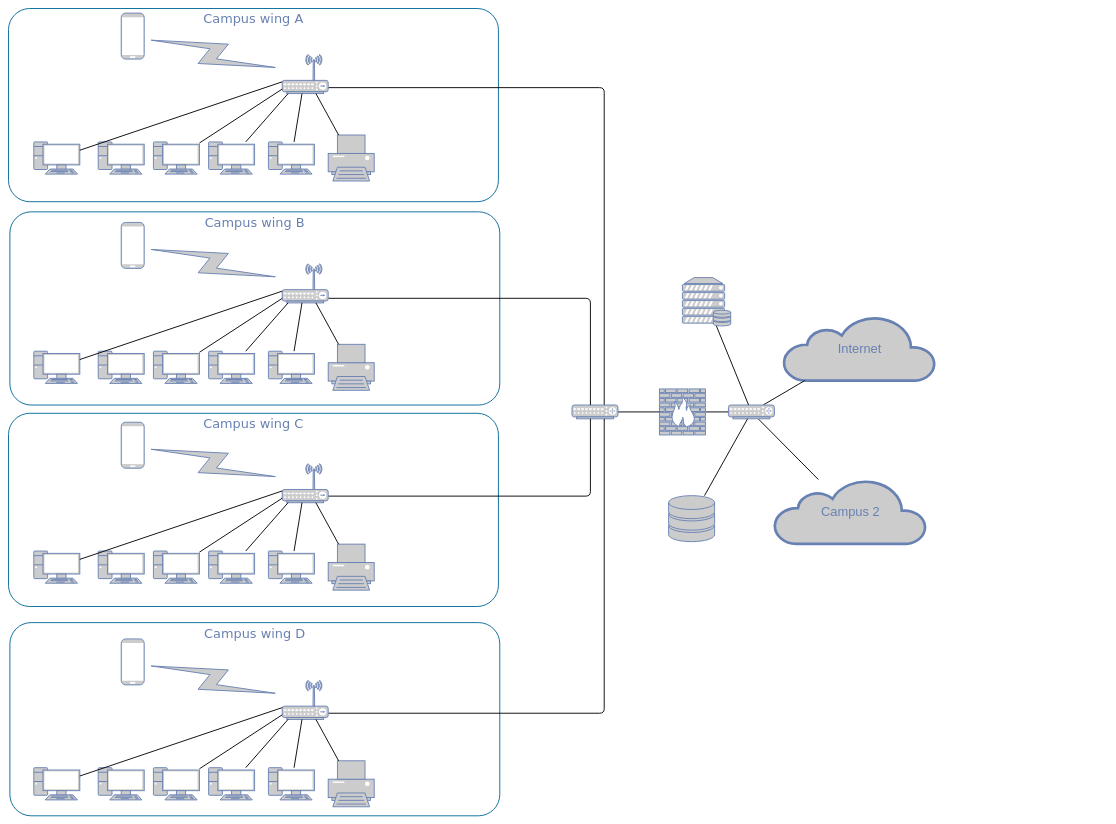
This is Spring computer .drawio from neha604/My-first-Repo, a draw.io file, before an edit. Source tidied: cells renumbered, new cells numbered last; positions are measured from the earlier drawing's top-left corner, leaving out a move shared by most shapes. Both pictures are drawn from the tidied source at 46%, with x=0, y=0 at pixel (8, 8).
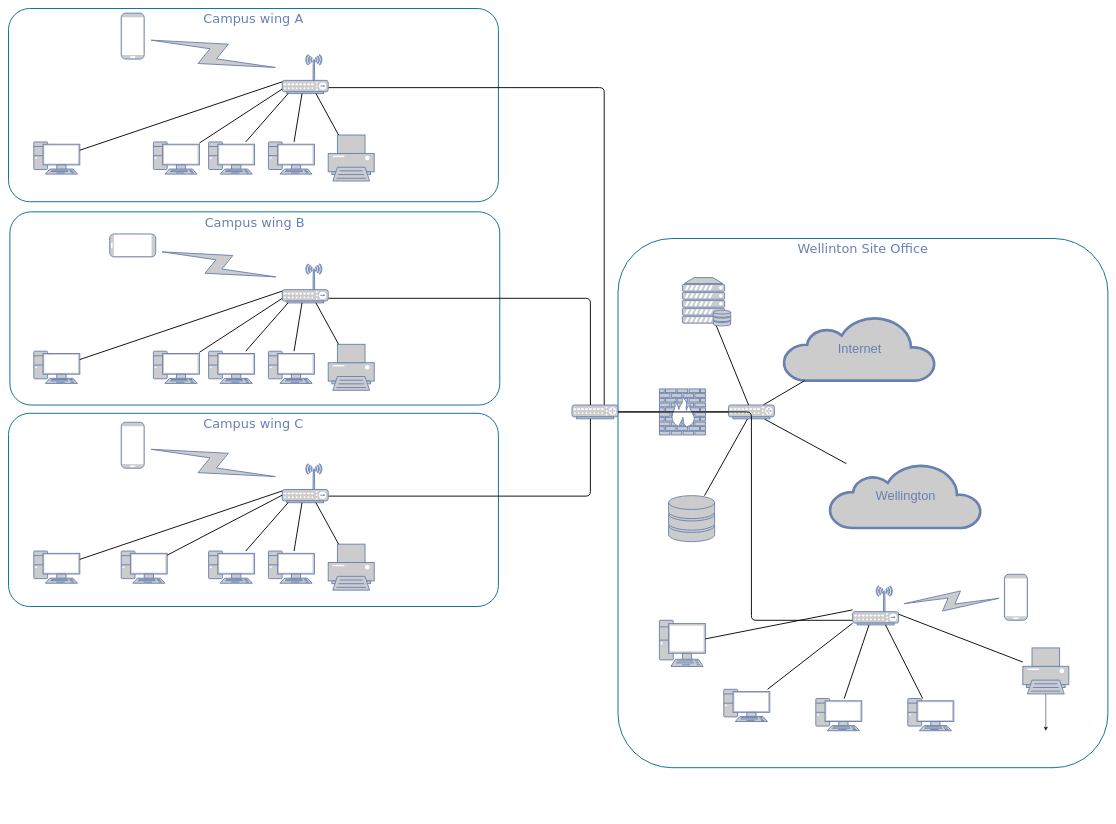
The same diagram, later.

The change refers to these unchanged cells:
```xml
<mxCell id="10" style="fontColor=#0066CC;verticalAlign=top;verticalLabelPosition=bottom;labelPosition=center;align=center;html=1;fillColor=#CCCCCC;strokeColor=#6881B3;gradientColor=none;gradientDirection=north;strokeWidth=2;shape=mxgraph.networks.router;rounded=0;shadow=0;comic=0;" parent="1" vertex="1">
  <mxGeometry x="1225" y="862" width="100" height="30" as="geometry" />
</mxCell>
```

What changed in the source:
```diff
@@
-    <mxCell id="2" value="Campus wing D" style="rounded=1;whiteSpace=wrap;html=1;shadow=0;comic=0;strokeColor=#036897;strokeWidth=2;fillColor=none;fontFamily=Verdana;fontSize=28;fontColor=#6881B3;align=center;arcSize=11;verticalAlign=top;" parent="1" vertex="1">
-      <mxGeometry x="3" y="1335" width="1065" height="420" as="geometry" />
+    <mxCell id="2" value="Wellinton Site Office" style="rounded=1;whiteSpace=wrap;html=1;shadow=0;comic=0;strokeColor=#036897;strokeWidth=2;fillColor=none;fontFamily=Verdana;fontSize=28;fontColor=#6881B3;align=center;arcSize=11;verticalAlign=top;" parent="1" vertex="1">
+      <mxGeometry x="1325" y="500" width="1065" height="1150.4" as="geometry" />
     </mxCell>
@@
-    <mxCell id="12" style="fontColor=#0066CC;verticalAlign=top;verticalLabelPosition=bottom;labelPosition=center;align=center;html=1;fillColor=#CCCCCC;strokeColor=#6881B3;gradientColor=none;gradientDirection=north;strokeWidth=2;shape=mxgraph.networks.pc;rounded=0;shadow=0;comic=0;" parent="1" vertex="1">
-      <mxGeometry x="195" y="290" width="100" height="70" as="geometry" />
-    </mxCell>
@@
-    <mxCell id="26" style="fontColor=#0066CC;verticalAlign=top;verticalLabelPosition=bottom;labelPosition=center;align=center;html=1;fillColor=#CCCCCC;strokeColor=#6881B3;gradientColor=none;gradientDirection=north;strokeWidth=2;shape=mxgraph.networks.pc;rounded=0;shadow=0;comic=0;" parent="1" vertex="1">
-      <mxGeometry x="195" y="745" width="100" height="70" as="geometry" />
-    </mxCell>
@@
-    <mxCell id="39" style="fontColor=#0066CC;verticalAlign=top;verticalLabelPosition=bottom;labelPosition=center;align=center;html=1;fillColor=#CCCCCC;strokeColor=#6881B3;gradientColor=none;gradientDirection=north;strokeWidth=2;shape=mxgraph.networks.mobile;rounded=0;shadow=0;comic=0;" parent="1" vertex="1">
-      <mxGeometry x="245" y="465" width="50" height="100" as="geometry" />
+    <mxCell id="39" style="fontColor=#0066CC;verticalAlign=top;verticalLabelPosition=bottom;labelPosition=center;align=center;html=1;fillColor=#CCCCCC;strokeColor=#6881B3;gradientColor=none;gradientDirection=north;strokeWidth=2;shape=mxgraph.networks.mobile;rounded=0;shadow=0;comic=0;direction=south;" parent="1" vertex="1">
+      <mxGeometry x="220" y="490" width="100" height="50" as="geometry" />
     </mxCell>
@@
-    <mxCell id="41" style="fontColor=#0066CC;verticalAlign=top;verticalLabelPosition=bottom;labelPosition=center;align=center;html=1;fillColor=#CCCCCC;strokeColor=#6881B3;gradientColor=none;gradientDirection=north;strokeWidth=2;shape=mxgraph.networks.pc;rounded=0;shadow=0;comic=0;" parent="1" vertex="1">
-      <mxGeometry x="195" y="1179.4" width="100" height="70" as="geometry" />
-    </mxCell>
     <mxCell id="42" style="fontColor=#0066CC;verticalAlign=top;verticalLabelPosition=bottom;labelPosition=center;align=center;html=1;fillColor=#CCCCCC;strokeColor=#6881B3;gradientColor=none;gradientDirection=north;strokeWidth=2;shape=mxgraph.networks.pc;rounded=0;shadow=0;comic=0;" parent="1" vertex="1">
-      <mxGeometry x="315" y="1179.4" width="100" height="70" as="geometry" />
+      <mxGeometry x="245" y="1179.4" width="100" height="70" as="geometry" />
     </mxCell>
@@
     <mxCell id="63" style="fontColor=#0066CC;verticalAlign=top;verticalLabelPosition=bottom;labelPosition=center;align=center;html=1;fillColor=#CCCCCC;strokeColor=#6881B3;gradientColor=none;gradientDirection=north;strokeWidth=2;shape=mxgraph.networks.pc;rounded=0;shadow=0;comic=0;" parent="1" vertex="1">
-      <mxGeometry x="55" y="1650.4" width="100" height="70" as="geometry" />
+      <mxGeometry x="1415" y="1330" width="100" height="100.4" as="geometry" />
     </mxCell>
-    <mxCell id="64" style="fontColor=#0066CC;verticalAlign=top;verticalLabelPosition=bottom;labelPosition=center;align=center;html=1;fillColor=#CCCCCC;strokeColor=#6881B3;gradientColor=none;gradientDirection=north;strokeWidth=2;shape=mxgraph.networks.pc;rounded=0;shadow=0;comic=0;" parent="1" vertex="1">
-      <mxGeometry x="195" y="1650.4" width="100" height="70" as="geometry" />
-    </mxCell>
     <mxCell id="65" style="fontColor=#0066CC;verticalAlign=top;verticalLabelPosition=bottom;labelPosition=center;align=center;html=1;fillColor=#CCCCCC;strokeColor=#6881B3;gradientColor=none;gradientDirection=north;strokeWidth=2;shape=mxgraph.networks.pc;rounded=0;shadow=0;comic=0;" parent="1" vertex="1">
-      <mxGeometry x="315" y="1650.4" width="100" height="70" as="geometry" />
+      <mxGeometry x="1555" y="1480" width="100" height="70" as="geometry" />
     </mxCell>
     <mxCell id="66" style="fontColor=#0066CC;verticalAlign=top;verticalLabelPosition=bottom;labelPosition=center;align=center;html=1;fillColor=#CCCCCC;strokeColor=#6881B3;gradientColor=none;gradientDirection=north;strokeWidth=2;shape=mxgraph.networks.pc;rounded=0;shadow=0;comic=0;" parent="1" vertex="1">
-      <mxGeometry x="435" y="1650.4" width="100" height="70" as="geometry" />
+      <mxGeometry x="1755" y="1500" width="100" height="70" as="geometry" />
     </mxCell>
     <mxCell id="67" style="fontColor=#0066CC;verticalAlign=top;verticalLabelPosition=bottom;labelPosition=center;align=center;html=1;fillColor=#CCCCCC;strokeColor=#6881B3;gradientColor=none;gradientDirection=north;strokeWidth=2;shape=mxgraph.networks.pc;rounded=0;shadow=0;comic=0;" parent="1" vertex="1">
-      <mxGeometry x="565" y="1650.4" width="100" height="70" as="geometry" />
+      <mxGeometry x="1955" y="1500" width="100" height="70" as="geometry" />
     </mxCell>
+    <mxCell id="79" style="edgeStyle=orthogonalEdgeStyle;rounded=0;jettySize=auto;html=1;" parent="1" edge="1" source="68">
+      <mxGeometry relative="1" as="geometry">
+        <mxPoint x="2255" y="1570" as="targetPoint" />
+      </mxGeometry>
+    </mxCell>
     <mxCell id="68" style="fontColor=#0066CC;verticalAlign=top;verticalLabelPosition=bottom;labelPosition=center;align=center;html=1;fillColor=#CCCCCC;strokeColor=#6881B3;gradientColor=none;gradientDirection=north;strokeWidth=2;shape=mxgraph.networks.printer;rounded=0;shadow=0;comic=0;" parent="1" vertex="1">
-      <mxGeometry x="695" y="1635.4" width="100" height="100" as="geometry" />
+      <mxGeometry x="2205" y="1390" width="100" height="100" as="geometry" />
     </mxCell>
     <mxCell id="69" style="edgeStyle=orthogonalEdgeStyle;html=1;labelBackgroundColor=none;endArrow=none;endFill=0;strokeWidth=2;fontFamily=Verdana;fontSize=28;fontColor=#6881B3;" parent="1" edge="1" source="70" target="10">
       <mxGeometry relative="1" as="geometry">
         <Array as="points">
-          <mxPoint x="1295" y="1532" />
+          <mxPoint x="1615" y="1330" />
+          <mxPoint x="1615" y="877" />
         </Array>
       </mxGeometry>
     </mxCell>
     <mxCell id="70" style="fontColor=#0066CC;verticalAlign=top;verticalLabelPosition=bottom;labelPosition=center;align=center;html=1;fillColor=#CCCCCC;strokeColor=#6881B3;gradientColor=none;gradientDirection=north;strokeWidth=2;shape=mxgraph.networks.wireless_hub;rounded=0;shadow=0;comic=0;" parent="1" vertex="1">
-      <mxGeometry x="595" y="1460.4" width="100" height="85" as="geometry" />
+      <mxGeometry x="1835" y="1255" width="100" height="85" as="geometry" />
     </mxCell>
@@
     <mxCell id="77" style="fontColor=#0066CC;verticalAlign=top;verticalLabelPosition=bottom;labelPosition=center;align=center;html=1;fillColor=#CCCCCC;strokeColor=#6881B3;gradientColor=none;gradientDirection=north;strokeWidth=2;shape=mxgraph.networks.mobile;rounded=0;shadow=0;comic=0;" parent="1" vertex="1">
-      <mxGeometry x="245" y="1370.4" width="50" height="100" as="geometry" />
+      <mxGeometry x="2165" y="1230" width="50" height="100" as="geometry" />
     </mxCell>
-    <mxCell id="78" value="Campus 2" style="html=1;fillColor=#CCCCCC;strokeColor=#6881B3;gradientColor=none;gradientDirection=north;strokeWidth=2;shape=mxgraph.networks.cloud;fontColor=#6881B3;rounded=0;shadow=0;comic=0;align=center;fontSize=28;" parent="1" vertex="1">
-      <mxGeometry x="1665" y="1024" width="330" height="140" as="geometry" />
+    <mxCell id="78" value="Wellington" style="html=1;fillColor=#CCCCCC;strokeColor=#6881B3;gradientColor=none;gradientDirection=north;strokeWidth=2;shape=mxgraph.networks.cloud;fontColor=#6881B3;rounded=0;shadow=0;comic=0;align=center;fontSize=28;" parent="1" vertex="1">
+      <mxGeometry x="1785" y="989.4" width="330" height="140" as="geometry" />
     </mxCell>
```
